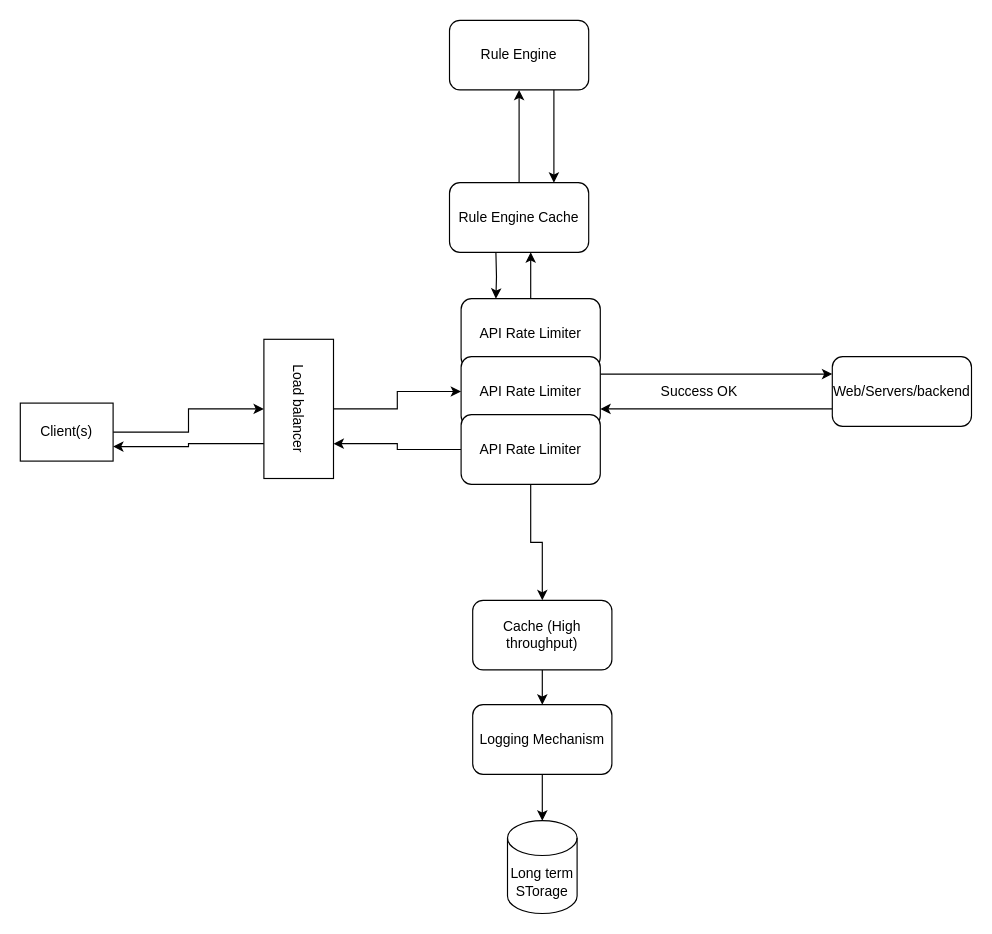
Earlier version of the draw.io diagram RateLimitter.drawio (NITHISH-KUMAR-R/System-design). Source tidied: cells renumbered, new cells numbered last; positions are measured from the earlier drawing's top-left corner, leaving out a move shared by most shapes. Both pictures are drawn from the tidied source at 116%, with x=0, y=0 at pixel (20, 20).
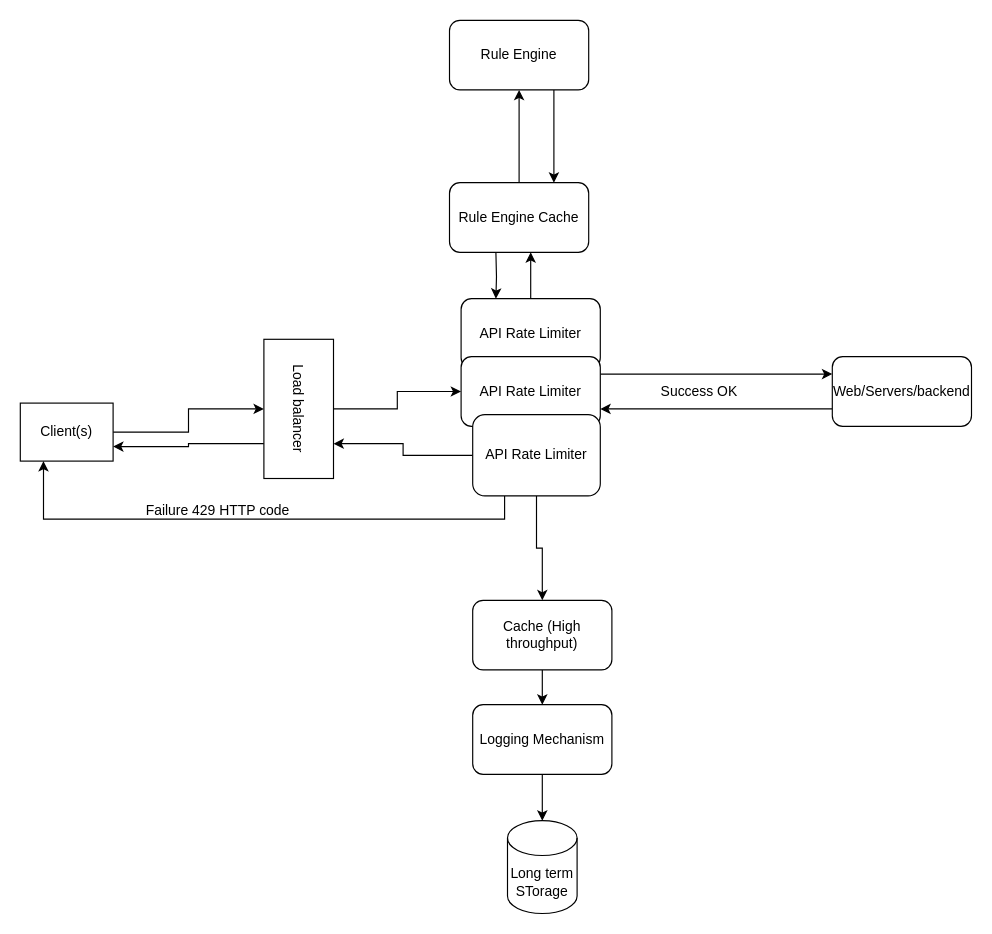
The same page after the edit.

Unchanged cells that the change refers to:
```xml
<mxCell id="3" value="Client(s)" style="rounded=0;whiteSpace=wrap;html=1;" parent="1" vertex="1">
  <mxGeometry y="330" width="80" height="50" as="geometry" />
</mxCell>
```

Diff of the diagram source:
```diff
@@
+    <mxCell id="27" style="edgeStyle=orthogonalEdgeStyle;rounded=0;jettySize=auto;html=1;exitX=0.25;exitY=1;exitDx=0;exitDy=0;entryX=0.25;entryY=1;entryDx=0;entryDy=0;" parent="1" edge="1" source="9" target="3">
+      <mxGeometry relative="1" as="geometry" />
+    </mxCell>
     <mxCell id="9" value="API Rate Limiter" style="rounded=1;whiteSpace=wrap;html=1;" parent="1" vertex="1">
-      <mxGeometry x="380" y="340" width="120" height="60" as="geometry" />
+      <mxGeometry x="390" y="340" width="110" height="70" as="geometry" />
     </mxCell>
@@
+    <mxCell id="28" value="Failure 429 HTTP code" style="text;html=1;align=center;verticalAlign=middle;strokeColor=none;fillColor=none;" parent="1" vertex="1">
+      <mxGeometry x="95" y="408" width="150" height="30" as="geometry" />
+    </mxCell>
```
